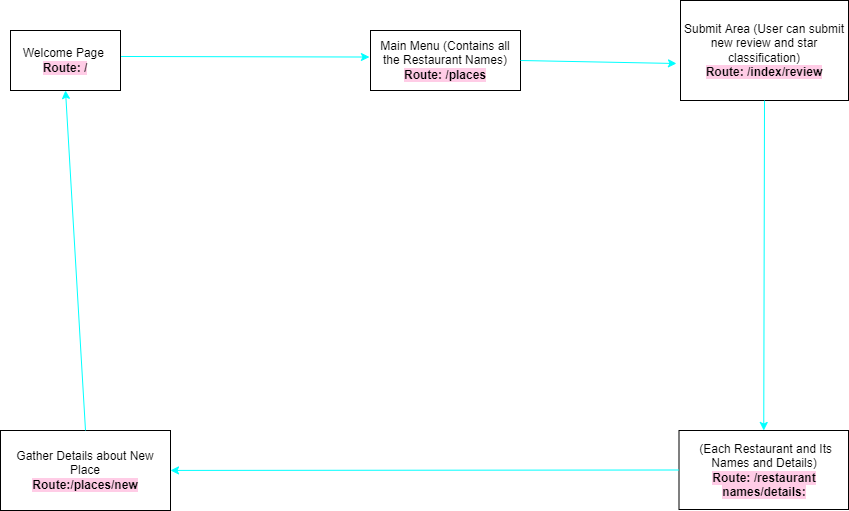
Above: Rest-Rant Wireframe.drawio.png in Phalguni221/REST-rant (draw.io), before the change. Source tidied: cells renumbered, new cells last; positions are measured from the earlier drawing's top-left corner, leaving out a move shared by most shapes.
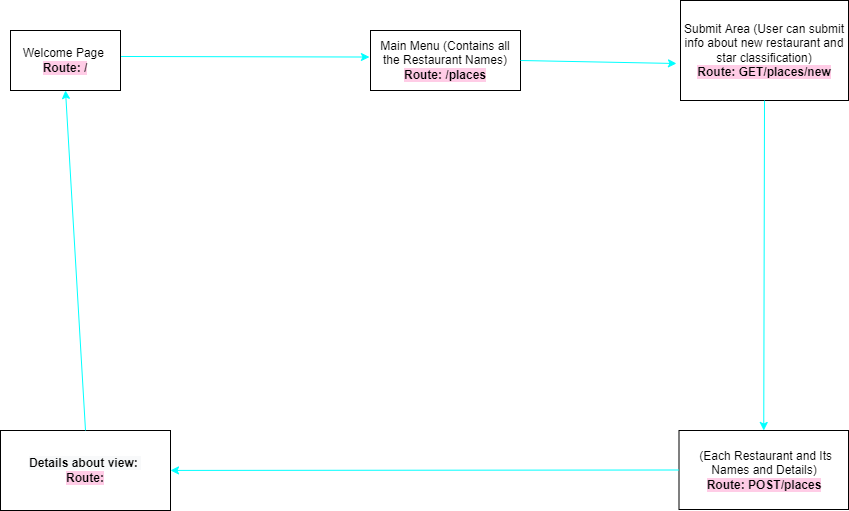
After the change.

Diff of the diagram source:
```diff
@@ -5,16 +5,16 @@
     <mxCell id="2" value="Main Menu (Contains all the Restaurant Names)&lt;br&gt;&lt;b style=&quot;background-color: rgb(255 , 204 , 230)&quot;&gt;Route: /places&lt;/b&gt;" style="rounded=0;whiteSpace=wrap;html=1;" parent="1" vertex="1">
       <mxGeometry x="370" y="30" width="150" height="60" as="geometry" />
     </mxCell>
-    <mxCell id="3" value="&amp;nbsp;(Each Restaurant and Its Names and Details)&lt;br&gt;&lt;b style=&quot;background-color: rgb(255 , 204 , 230)&quot;&gt;Route: /restaurant names/details:&lt;/b&gt;" style="rounded=0;whiteSpace=wrap;html=1;" parent="1" vertex="1">
+    <mxCell id="3" value="&amp;nbsp;(Each Restaurant and Its Names and Details)&lt;br&gt;&lt;b style=&quot;background-color: rgb(255 , 204 , 230)&quot;&gt;Route: POST/places&lt;/b&gt;" style="rounded=0;whiteSpace=wrap;html=1;" parent="1" vertex="1">
       <mxGeometry x="678.5" y="430" width="169.5" height="79" as="geometry" />
     </mxCell>
-    <mxCell id="4" value="Submit Area (User can submit new review and star classification)&lt;br&gt;&lt;b style=&quot;background-color: rgb(255 , 204 , 230)&quot;&gt;Route: /index/review&lt;/b&gt;" style="rounded=0;whiteSpace=wrap;html=1;" parent="1" vertex="1">
+    <mxCell id="4" value="Submit Area (User can submit info about new restaurant and star classification)&lt;br&gt;&lt;b style=&quot;background-color: rgb(255 , 204 , 230)&quot;&gt;Route: GET/places/new&lt;/b&gt;" style="rounded=0;whiteSpace=wrap;html=1;" parent="1" vertex="1">
       <mxGeometry x="680" width="168" height="100" as="geometry" />
     </mxCell>
     <mxCell id="5" style="endArrow=classic;html=1;rounded=0;exitX=0;exitY=0.5;exitDx=0;exitDy=0;strokeColor=#00FFFF;" parent="1" edge="1" source="3" target="6">
       <mxGeometry relative="1" as="geometry" />
     </mxCell>
-    <mxCell id="6" value="Gather Details about New Place&lt;br&gt;&lt;b style=&quot;background-color: rgb(255 , 204 , 230)&quot;&gt;Route:/places/new&lt;/b&gt;" style="rounded=0;whiteSpace=wrap;html=1;" parent="1" vertex="1">
+    <mxCell id="6" value="&lt;span style=&quot;background-color: rgb(248 , 249 , 250)&quot;&gt;&lt;b&gt;Details about view:&lt;/b&gt;&amp;nbsp;&lt;br&gt;&lt;/span&gt;&lt;b style=&quot;background-color: rgb(255 , 204 , 230)&quot;&gt;Route:&lt;/b&gt;" style="rounded=0;whiteSpace=wrap;html=1;" parent="1" vertex="1">
       <mxGeometry y="430" width="170" height="80" as="geometry" />
     </mxCell>
     <mxCell id="7" style="endArrow=classic;html=1;rounded=0;exitX=0.5;exitY=1;exitDx=0;exitDy=0;entryX=0.5;entryY=0;entryDx=0;entryDy=0;strokeColor=#00FFFF;" parent="1" edge="1" source="4" target="3">
```
